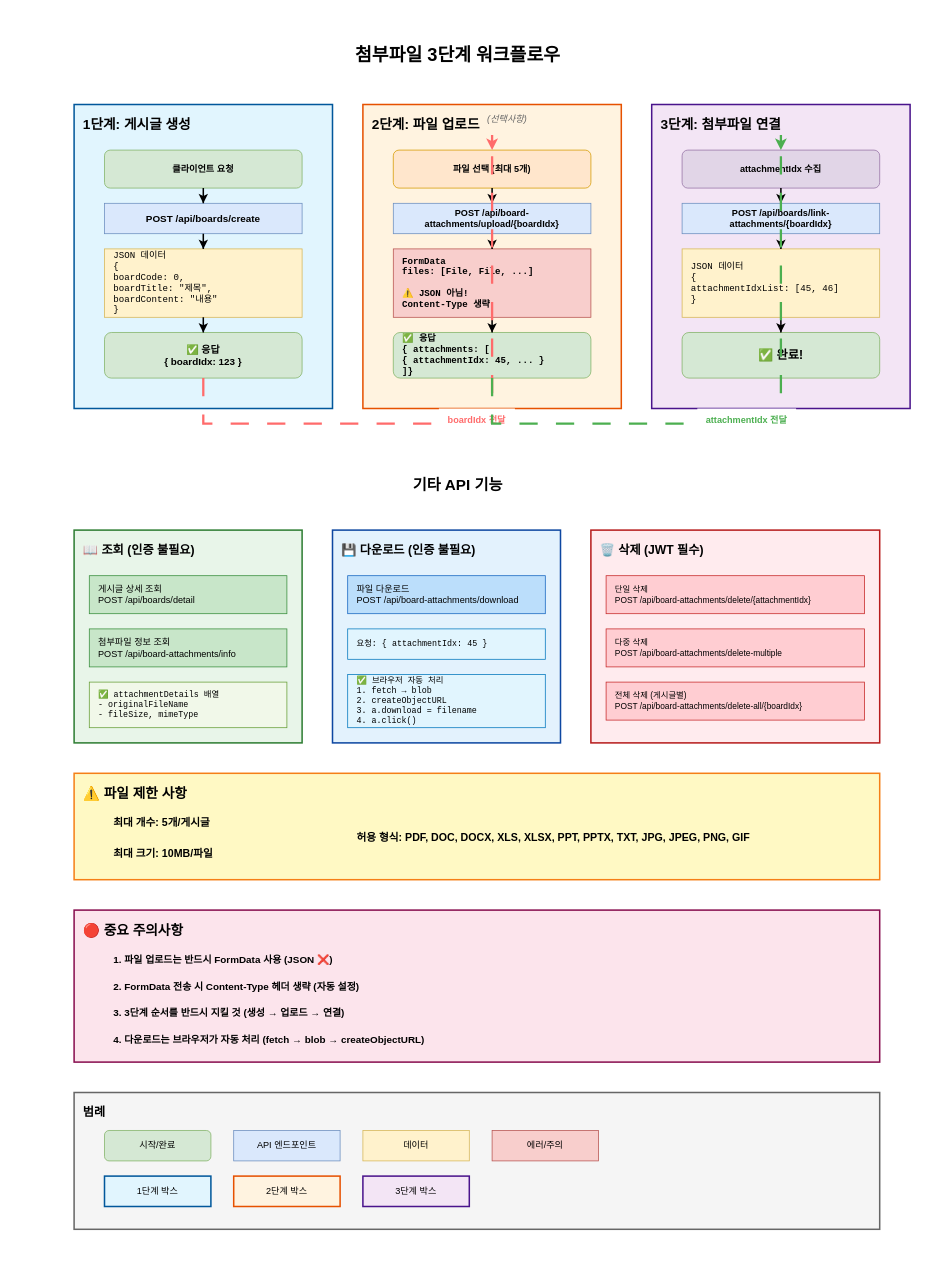
This is page "첨부파일 3단계 워크플로우" (1 of 2) of backend/BlueCrab/docs/게시판/첨부파일/attachment-workflow-flow.drawio from hooting76/blue-crab-lms, a draw.io file, before an edit. Source tidied: cells renumbered, new cells numbered last; positions are measured from the earlier drawing's top-left corner, leaving out a move shared by most shapes. Both pictures are drawn from the tidied source at 76%, with x=0, y=0 at pixel (13, 13).
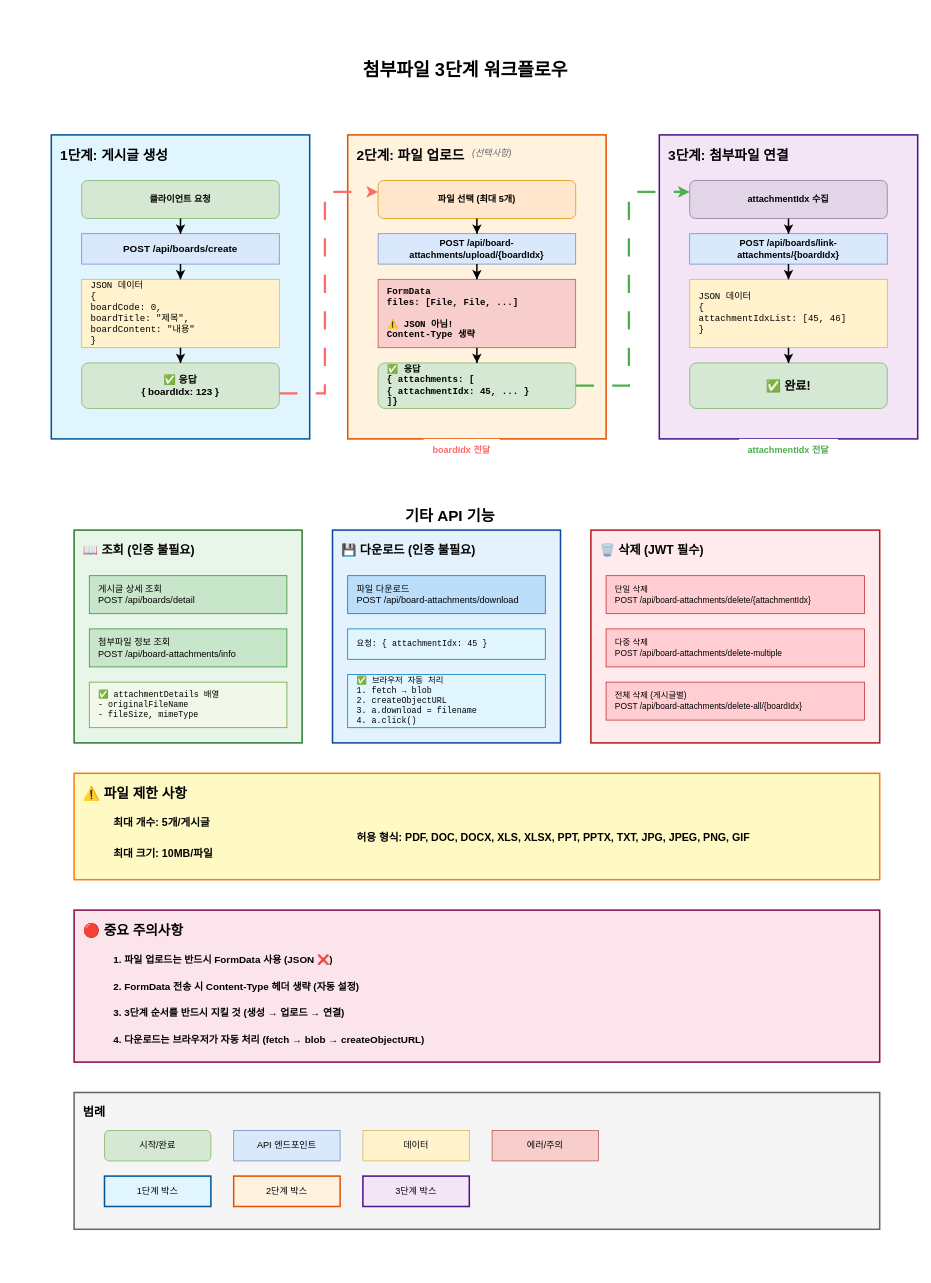
The same diagram, later.

What changed in the source:
```diff
@@
-<mxGraphModel background="#FFFFFF">
+<mxGraphModel background="light-dark(#FFFFFF,#FFFFFF)">
@@
-    <mxCell id="2" style="rounded=0;whiteSpace=wrap;html=1;fillColor=#FFFFFF;strokeColor=none;" parent="1" vertex="1">
-      <mxGeometry width="1169" height="1654" as="geometry" />
-    </mxCell>
-    <mxCell id="3" value="첨부파일 3단계 워크플로우" style="text;html=1;strokeColor=none;fillColor=none;align=center;verticalAlign=middle;whiteSpace=wrap;rounded=0;fontSize=24;fontStyle=1;" parent="1" vertex="1">
-      <mxGeometry x="334.5" y="30" width="500" height="50" as="geometry" />
+    <mxCell id="3" value="첨부파일 3단계 워크플로우" style="text;html=1;strokeColor=none;fillColor=none;align=center;verticalAlign=middle;whiteSpace=wrap;rounded=0;fontSize=24;fontStyle=1;fontColor=light-dark(#000000,#000000);" parent="1" vertex="1">
+      <mxGeometry x="345" y="50" width="500" height="50" as="geometry" />
     </mxCell>
     <mxCell id="4" style="rounded=0;whiteSpace=wrap;html=1;fillColor=#e1f5fe;strokeColor=#01579b;strokeWidth=2;" parent="1" vertex="1">
-      <mxGeometry x="80" y="120" width="340" height="400" as="geometry" />
+      <mxGeometry x="50" y="160" width="340" height="400" as="geometry" />
     </mxCell>
     <mxCell id="5" value="1단계: 게시글 생성" style="text;html=1;strokeColor=none;fillColor=none;align=left;verticalAlign=top;whiteSpace=wrap;rounded=0;fontSize=18;fontStyle=1;spacingLeft=10;spacingTop=10;" parent="1" vertex="1">
-      <mxGeometry x="80" y="120" width="340" height="40" as="geometry" />
+      <mxGeometry x="50" y="160" width="340" height="40" as="geometry" />
     </mxCell>
     <mxCell id="6" value="클라이언트 요청" style="rounded=1;whiteSpace=wrap;html=1;fillColor=#d5e8d4;strokeColor=#82b366;fontStyle=1;" parent="1" vertex="1">
-      <mxGeometry x="120" y="180" width="260" height="50" as="geometry" />
+      <mxGeometry x="90" y="220" width="260" height="50" as="geometry" />
     </mxCell>
     <mxCell id="7" value="POST /api/boards/create" style="rounded=0;whiteSpace=wrap;html=1;fillColor=#dae8fc;strokeColor=#6c8ebf;fontStyle=1;fontSize=13;" parent="1" vertex="1">
-      <mxGeometry x="120" y="250" width="260" height="40" as="geometry" />
+      <mxGeometry x="90" y="290" width="260" height="40" as="geometry" />
     </mxCell>
@@
     <mxCell id="9" value="JSON 데이터&#10;{&#10;  boardCode: 0,&#10;  boardTitle: &quot;제목&quot;,&#10;  boardContent: &quot;내용&quot;&#10;}" style="rounded=0;whiteSpace=wrap;html=1;fillColor=#fff2cc;strokeColor=#d6b656;align=left;spacingLeft=10;fontFamily=Courier New;" parent="1" vertex="1">
-      <mxGeometry x="120" y="310" width="260" height="90" as="geometry" />
+      <mxGeometry x="90" y="350" width="260" height="90" as="geometry" />
     </mxCell>
@@
     <mxCell id="11" value="✅ 응답&#10;{ boardIdx: 123 }" style="rounded=1;whiteSpace=wrap;html=1;fillColor=#d5e8d4;strokeColor=#82b366;fontStyle=1;fontSize=13;" parent="1" vertex="1">
-      <mxGeometry x="120" y="420" width="260" height="60" as="geometry" />
+      <mxGeometry x="90" y="460" width="260" height="60" as="geometry" />
     </mxCell>
@@
     <mxCell id="13" style="rounded=0;whiteSpace=wrap;html=1;fillColor=#fff3e0;strokeColor=#e65100;strokeWidth=2;" parent="1" vertex="1">
-      <mxGeometry x="460" y="120" width="340" height="400" as="geometry" />
+      <mxGeometry x="440" y="160" width="340" height="400" as="geometry" />
     </mxCell>
     <mxCell id="14" value="2단계: 파일 업로드" style="text;html=1;strokeColor=none;fillColor=none;align=left;verticalAlign=top;whiteSpace=wrap;rounded=0;fontSize=18;fontStyle=1;spacingLeft=10;spacingTop=10;" parent="1" vertex="1">
-      <mxGeometry x="460" y="120" width="340" height="40" as="geometry" />
+      <mxGeometry x="440" y="160" width="340" height="40" as="geometry" />
     </mxCell>
-    <mxCell id="15" value="(선택사항)" style="text;html=1;strokeColor=none;fillColor=none;align=center;verticalAlign=middle;whiteSpace=wrap;rounded=0;fontSize=12;fontStyle=2;fontColor=#666666;" parent="1" vertex="1">
-      <mxGeometry x="600" y="120" width="100" height="40" as="geometry" />
+    <mxCell id="15" value="(선택사항)" style="text;html=1;strokeColor=none;fillColor=none;align=center;verticalAlign=middle;whiteSpace=wrap;rounded=0;fontSize=12;fontStyle=2;fontColor=light-dark(#666666,#B3FF66);" parent="1" vertex="1">
+      <mxGeometry x="580" y="164" width="100" height="40" as="geometry" />
     </mxCell>
     <mxCell id="16" value="파일 선택 (최대 5개)" style="rounded=1;whiteSpace=wrap;html=1;fillColor=#ffe6cc;strokeColor=#d79b00;fontStyle=1;" parent="1" vertex="1">
-      <mxGeometry x="500" y="180" width="260" height="50" as="geometry" />
+      <mxGeometry x="480" y="220" width="260" height="50" as="geometry" />
     </mxCell>
     <mxCell id="17" value="POST /api/board-attachments/upload/{boardIdx}" style="rounded=0;whiteSpace=wrap;html=1;fillColor=#dae8fc;strokeColor=#6c8ebf;fontStyle=1;fontSize=12;" parent="1" vertex="1">
-      <mxGeometry x="500" y="250" width="260" height="40" as="geometry" />
+      <mxGeometry x="480" y="290" width="260" height="40" as="geometry" />
     </mxCell>
@@
     <mxCell id="19" value="FormData&#10;files: [File, File, ...]&#10;&#10;⚠️ JSON 아님!&#10;Content-Type 생략" style="rounded=0;whiteSpace=wrap;html=1;fillColor=#f8cecc;strokeColor=#b85450;align=left;spacingLeft=10;fontFamily=Courier New;fontStyle=1;" parent="1" vertex="1">
-      <mxGeometry x="500" y="310" width="260" height="90" as="geometry" />
+      <mxGeometry x="480" y="350" width="260" height="90" as="geometry" />
     </mxCell>
@@
     <mxCell id="21" value="✅ 응답&#10;{ attachments: [&#10;  { attachmentIdx: 45, ... }&#10;]}" style="rounded=1;whiteSpace=wrap;html=1;fillColor=#d5e8d4;strokeColor=#82b366;fontStyle=1;fontSize=12;align=left;spacingLeft=10;fontFamily=Courier New;" parent="1" vertex="1">
-      <mxGeometry x="500" y="420" width="260" height="60" as="geometry" />
+      <mxGeometry x="480" y="460" width="260" height="60" as="geometry" />
     </mxCell>
@@
     <mxCell id="23" style="rounded=0;whiteSpace=wrap;html=1;fillColor=#f3e5f5;strokeColor=#4a148c;strokeWidth=2;" parent="1" vertex="1">
-      <mxGeometry x="840" y="120" width="340" height="400" as="geometry" />
+      <mxGeometry x="850" y="160" width="340" height="400" as="geometry" />
     </mxCell>
     <mxCell id="24" value="3단계: 첨부파일 연결" style="text;html=1;strokeColor=none;fillColor=none;align=left;verticalAlign=top;whiteSpace=wrap;rounded=0;fontSize=18;fontStyle=1;spacingLeft=10;spacingTop=10;" parent="1" vertex="1">
-      <mxGeometry x="840" y="120" width="340" height="40" as="geometry" />
+      <mxGeometry x="850" y="160" width="340" height="40" as="geometry" />
     </mxCell>
     <mxCell id="25" value="attachmentIdx 수집" style="rounded=1;whiteSpace=wrap;html=1;fillColor=#e1d5e7;strokeColor=#9673a6;fontStyle=1;" parent="1" vertex="1">
-      <mxGeometry x="880" y="180" width="260" height="50" as="geometry" />
+      <mxGeometry x="890" y="220" width="260" height="50" as="geometry" />
     </mxCell>
     <mxCell id="26" value="POST /api/boards/link-attachments/{boardIdx}" style="rounded=0;whiteSpace=wrap;html=1;fillColor=#dae8fc;strokeColor=#6c8ebf;fontStyle=1;fontSize=12;" parent="1" vertex="1">
-      <mxGeometry x="880" y="250" width="260" height="40" as="geometry" />
+      <mxGeometry x="890" y="290" width="260" height="40" as="geometry" />
     </mxCell>
@@
     <mxCell id="28" value="JSON 데이터&#10;{&#10;  attachmentIdxList: [45, 46]&#10;}" style="rounded=0;whiteSpace=wrap;html=1;fillColor=#fff2cc;strokeColor=#d6b656;align=left;spacingLeft=10;fontFamily=Courier New;" parent="1" vertex="1">
-      <mxGeometry x="880" y="310" width="260" height="90" as="geometry" />
+      <mxGeometry x="890" y="350" width="260" height="90" as="geometry" />
     </mxCell>
@@
     <mxCell id="30" value="✅ 완료!" style="rounded=1;whiteSpace=wrap;html=1;fillColor=#d5e8d4;strokeColor=#82b366;fontStyle=1;fontSize=16;" parent="1" vertex="1">
-      <mxGeometry x="880" y="420" width="260" height="60" as="geometry" />
+      <mxGeometry x="890" y="460" width="260" height="60" as="geometry" />
     </mxCell>
@@
     <mxCell id="32" style="edgeStyle=orthogonalEdgeStyle;rounded=0;jettySize=auto;html=1;strokeWidth=3;strokeColor=#FF6B6B;dashed=1;dashPattern=8 8;" parent="1" edge="1" source="11" target="16">
       <mxGeometry relative="1" as="geometry">
         <Array as="points">
-          <mxPoint x="250" y="540" />
-          <mxPoint x="630" y="540" />
-          <mxPoint x="630" y="160" />
+          <mxPoint x="410" y="500" />
+          <mxPoint x="410" y="235" />
         </Array>
       </mxGeometry>
     </mxCell>
     <mxCell id="33" value="boardIdx 전달" style="text;html=1;strokeColor=none;fillColor=#FFFFFF;align=center;verticalAlign=middle;whiteSpace=wrap;rounded=0;fontSize=12;fontStyle=1;fontColor=#FF6B6B;" parent="1" vertex="1">
-      <mxGeometry x="560" y="520" width="100" height="30" as="geometry" />
+      <mxGeometry x="540" y="560" width="100" height="30" as="geometry" />
     </mxCell>
-    <mxCell id="34" style="edgeStyle=orthogonalEdgeStyle;rounded=0;jettySize=auto;html=1;strokeWidth=3;strokeColor=#4CAF50;dashed=1;dashPattern=8 8;" parent="1" edge="1" source="21" target="25">
+    <mxCell id="34" style="rounded=0;jettySize=auto;html=1;strokeWidth=3;strokeColor=#4CAF50;dashed=1;dashPattern=8 8;exitX=1;exitY=0.5;exitDx=0;exitDy=0;edgeStyle=orthogonalEdgeStyle;" parent="1" edge="1" source="21" target="25">
       <mxGeometry relative="1" as="geometry">
         <Array as="points">
-          <mxPoint x="630" y="540" />
-          <mxPoint x="1010" y="540" />
-          <mxPoint x="1010" y="160" />
+          <mxPoint x="810" y="490" />
+          <mxPoint x="810" y="235" />
         </Array>
       </mxGeometry>
     </mxCell>
     <mxCell id="35" value="attachmentIdx 전달" style="text;html=1;strokeColor=none;fillColor=#FFFFFF;align=center;verticalAlign=middle;whiteSpace=wrap;rounded=0;fontSize=12;fontStyle=1;fontColor=#4CAF50;" parent="1" vertex="1">
-      <mxGeometry x="900" y="520" width="130" height="30" as="geometry" />
+      <mxGeometry x="955" y="560" width="130" height="30" as="geometry" />
     </mxCell>
-    <mxCell id="36" value="기타 API 기능" style="text;html=1;strokeColor=none;fillColor=none;align=center;verticalAlign=middle;whiteSpace=wrap;rounded=0;fontSize=20;fontStyle=1;" parent="1" vertex="1">
-      <mxGeometry x="434.5" y="600" width="300" height="40" as="geometry" />
+    <mxCell id="36" value="기타 API 기능" style="text;html=1;strokeColor=none;fillColor=none;align=center;verticalAlign=middle;whiteSpace=wrap;rounded=0;fontSize=20;fontStyle=1;fontColor=light-dark(#000000,#000000);" parent="1" vertex="1">
+      <mxGeometry x="424.5" y="640" width="300" height="40" as="geometry" />
     </mxCell>
```
